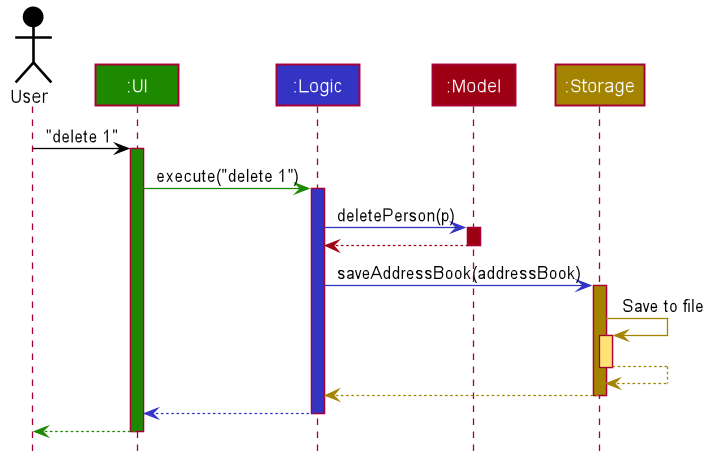
Earlier version of the PlantUML export docs/images/ArchitectureSequenceDiagram.png (nus-cs2103-AY2122S1/tp).
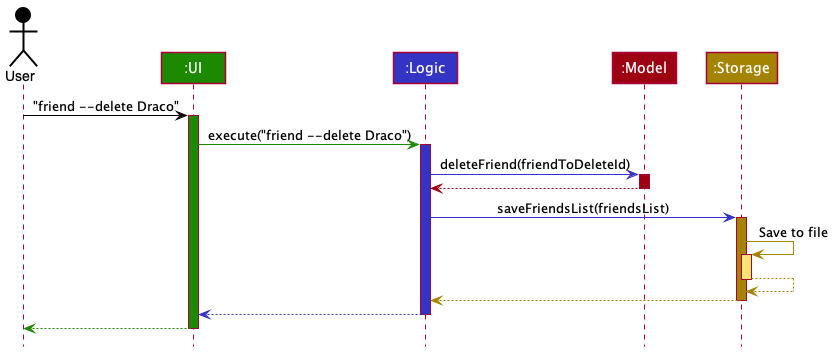
Above is the later version.

Commit message:
Refactor Developer Guide appendix, sequence diagrams and links to Main and MainApp classes

The edit, as a diff of the source:
```diff
@@ -1,85 +1,38 @@
 @startuml
+!include style.puml
 
+Actor User as user USER_COLOR
+Participant ":UI" as ui UI_COLOR
+Participant ":Logic" as logic LOGIC_COLOR
+Participant ":Model" as model MODEL_COLOR
+Participant ":Storage" as storage STORAGE_COLOR
 
+user -[USER_COLOR]> ui : "friend --delete Draco"
+activate ui UI_COLOR
 
+ui -[UI_COLOR]> logic : execute("friend --delete Draco")
+activate logic LOGIC_COLOR
 
+logic -[LOGIC_COLOR]> model : deleteFriend(friendToDeleteId)
+activate model MODEL_COLOR
 
-
-
-
-skinparam BackgroundColor #FFFFFFF
-
-skinparam Shadowing false
-
-skinparam Class {
-    FontColor #FFFFFF
-    BorderThickness 1
-    BorderColor #FFFFFF
-    StereotypeFontColor #FFFFFF
-    FontName Arial
-}
-
-skinparam Actor {
-    BorderColor #000000
-    Color #000000
-    FontName Arial
-}
-
-skinparam Sequence {
-    MessageAlign center
-    BoxFontSize 15
-    BoxPadding 0
-    BoxFontColor #FFFFFF
-    FontName Arial
-}
-
-skinparam Participant {
-    FontColor #FFFFFFF
-    Padding 20
-}
-
-skinparam MinClassWidth 50
-skinparam ParticipantPadding 10
-skinparam Shadowing false
-skinparam DefaultTextAlignment center
-skinparam packageStyle Rectangle
-
-hide footbox
-hide members
-hide circle
-
-Actor User as user #000000
-Participant ":UI" as ui #1D8900
-Participant ":Logic" as logic #3333C4
-Participant ":Model" as model #9D0012
-Participant ":Storage" as storage #A38300
-
-user -[#000000]> ui : "delete 1"
-activate ui #1D8900
-
-ui -[#1D8900]> logic : execute("delete 1")
-activate logic #3333C4
-
-logic -[#3333C4]> model : deletePerson(p)
-activate model #9D0012
-
-model -[#9D0012]-> logic
+model -[MODEL_COLOR]-> logic
 deactivate model
 
-logic -[#3333C4]> storage : saveAddressBook(addressBook)
-activate storage #A38300
+logic -[LOGIC_COLOR]> storage : saveFriendsList(friendsList)
+activate storage STORAGE_COLOR
 
-storage -[#A38300]> storage : Save to file
-activate storage #FFE374
-storage --[#A38300]> storage
+storage -[STORAGE_COLOR]> storage : Save to file
+activate storage STORAGE_COLOR_T1
+storage --[STORAGE_COLOR]> storage
 deactivate storage
 
-storage --[#A38300]> logic
+storage --[STORAGE_COLOR]> logic
 deactivate storage
 
-logic --[#3333C4]> ui
+logic --[LOGIC_COLOR]> ui
 deactivate logic
 
-ui--[#1D8900]> user
+ui--[UI_COLOR]> user
 deactivate ui
 @enduml
```
